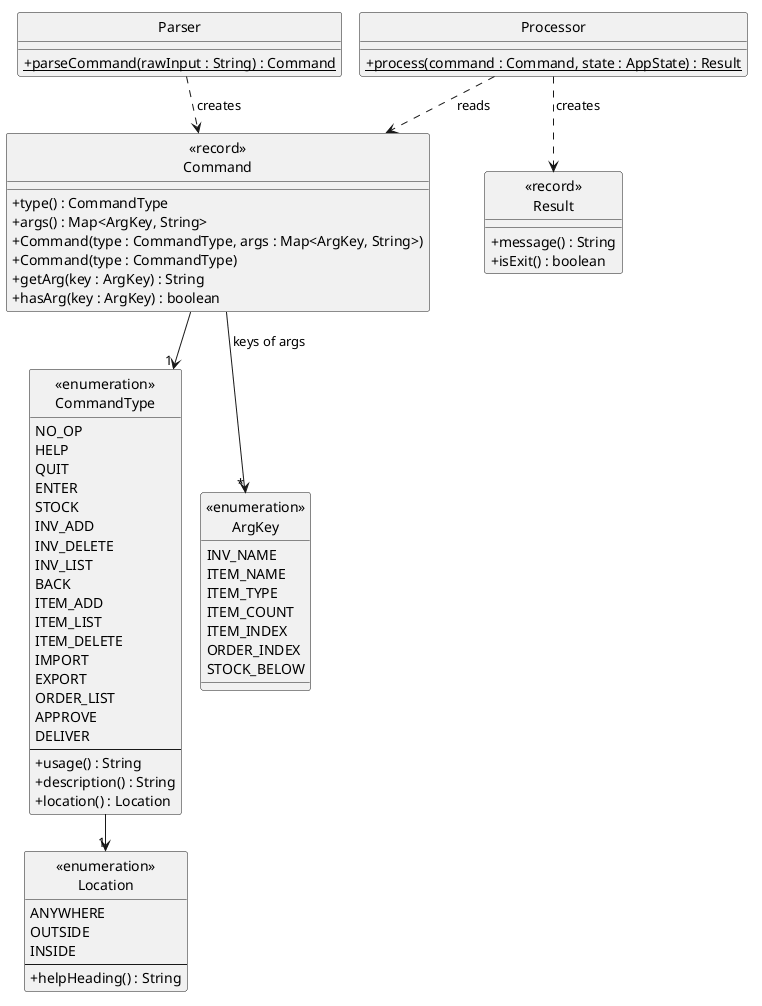
AY2627S1-CS2113-W14-4/tp keeps this PlantUML diagram as docs/images/CommandClassDiagram.png. Above is the earlier version.
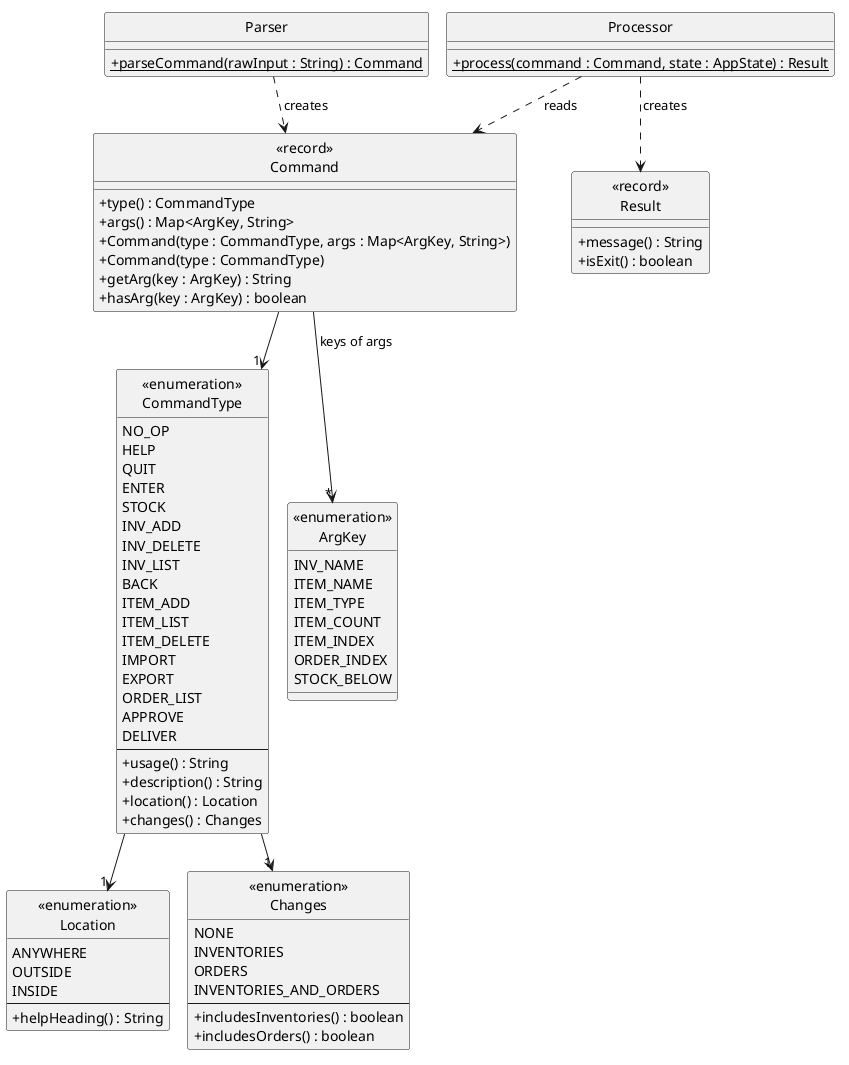
After the commit.

Commit message:
Move save rules from Storage onto CommandType

Diff of the diagram source:
```diff
@@ -34,6 +34,7 @@
     + usage() : String
     + description() : String
     + location() : Location
+    + changes() : Changes
 }
 
 enum "<<enumeration>>\nLocation" as Location {
@@ -42,6 +43,16 @@
     INSIDE
     --
     + helpHeading() : String
+}
+
+enum "<<enumeration>>\nChanges" as Changes {
+    NONE
+    INVENTORIES
+    ORDERS
+    INVENTORIES_AND_ORDERS
+    --
+    + includesInventories() : boolean
+    + includesOrders() : boolean
 }
 
 enum "<<enumeration>>\nArgKey" as ArgKey {
@@ -69,6 +80,7 @@
 
 Command --> "1" CommandType
 CommandType --> "1" Location
+CommandType --> "1" Changes
 Command --> "*" ArgKey : keys of args
 Parser ..> Command : creates
 Processor ..> Command : reads
```
